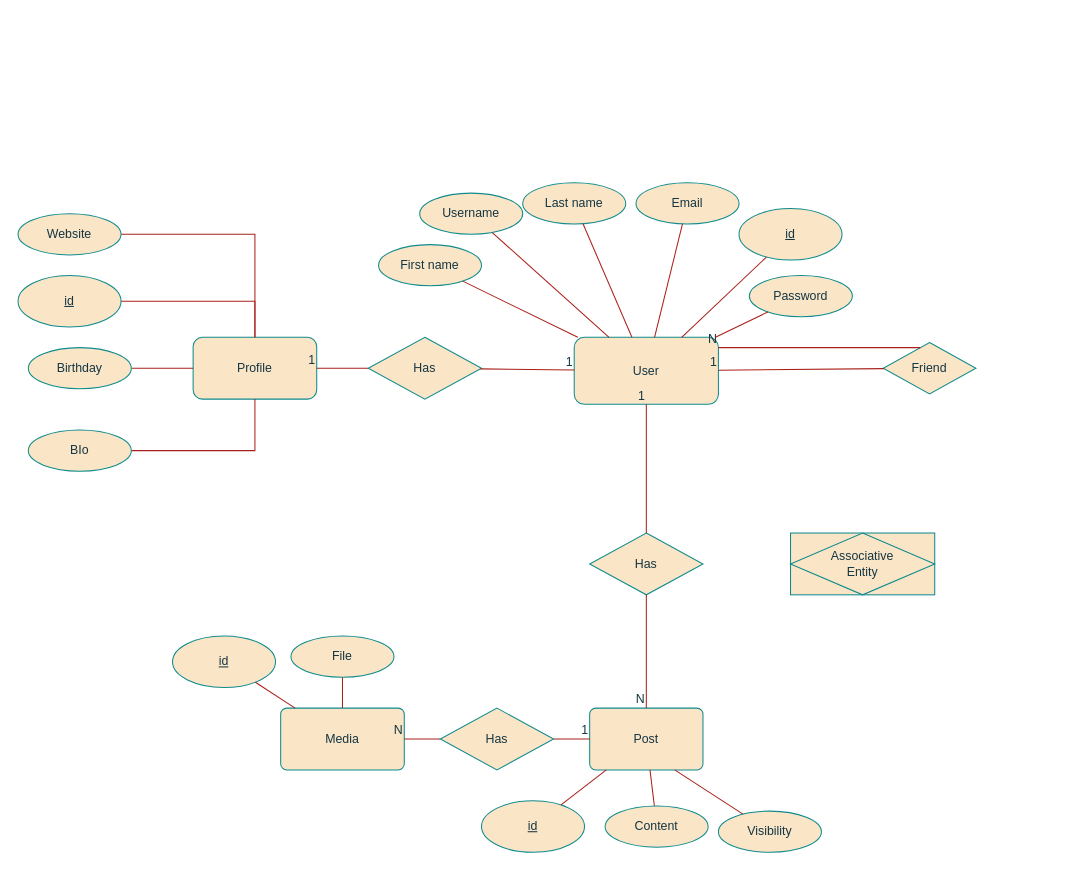
Earlier version of the draw.io diagram SocialMedia.drawio (TranThanhHoang123/SocialMedia). Source tidied: cells renumbered, new cells numbered last; positions are measured from the earlier drawing's top-left corner, leaving out a move shared by most shapes. Both pictures are drawn from the tidied source at 103%, with x=0, y=0 at pixel (18, 182).
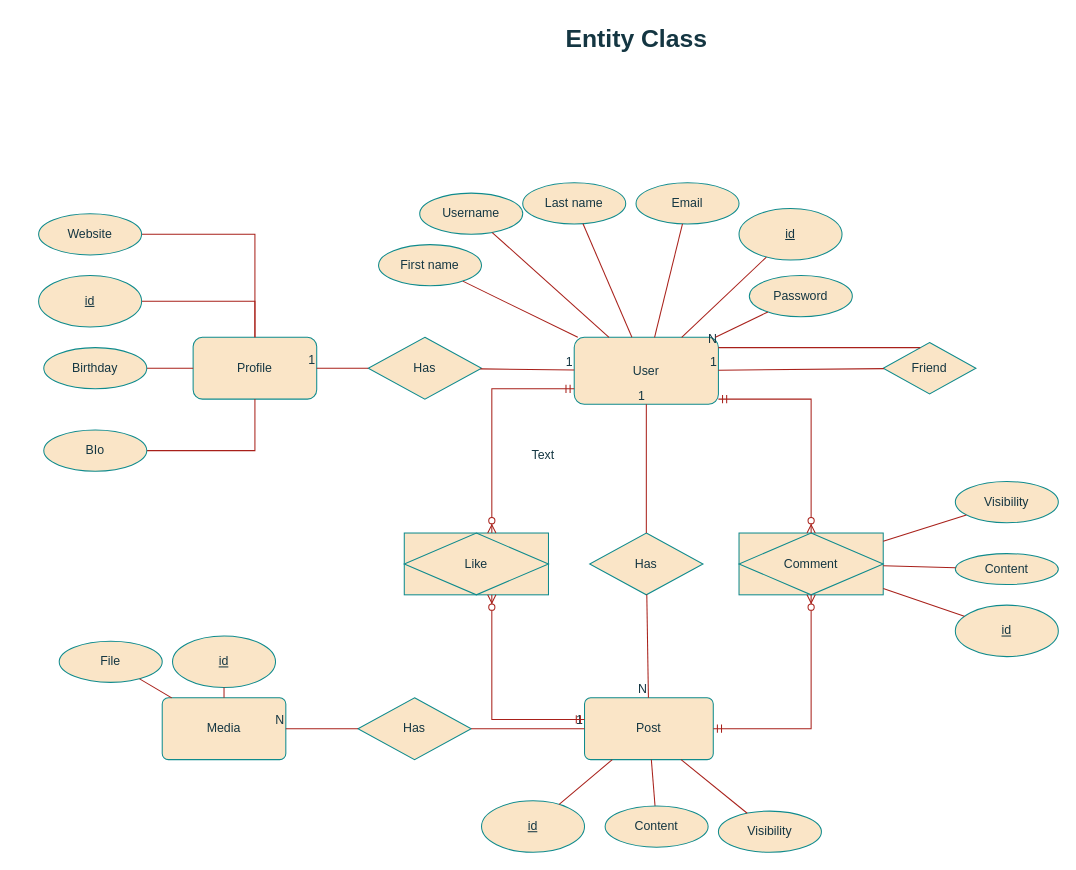
The same page after the edit.

The change refers to these unchanged cells:
```xml
<mxCell id="2" value="User" style="rounded=1;whiteSpace=wrap;html=1;labelBackgroundColor=none;fillColor=#FAE5C7;strokeColor=#0F8B8D;fontColor=#143642;" parent="1" vertex="1">
  <mxGeometry x="540" y="150" width="140" height="65" as="geometry" />
</mxCell>
<mxCell id="6" value="Has" style="shape=rhombus;perimeter=rhombusPerimeter;whiteSpace=wrap;html=1;align=center;strokeWidth=1;labelBackgroundColor=none;fillColor=#FAE5C7;strokeColor=#0F8B8D;fontColor=#143642;" parent="1" vertex="1">
  <mxGeometry x="555" y="340" width="110" height="60" as="geometry" />
</mxCell>
```

Diff of the diagram source:
```diff
@@
     <mxCell id="5" value="Post" style="rounded=1;arcSize=10;whiteSpace=wrap;html=1;align=center;labelBackgroundColor=none;fillColor=#FAE5C7;strokeColor=#0F8B8D;fontColor=#143642;" parent="1" vertex="1">
-      <mxGeometry x="555" y="510" width="110" height="60" as="geometry" />
+      <mxGeometry x="550" y="500" width="125" height="60" as="geometry" />
     </mxCell>
@@
     <mxCell id="7" style="endArrow=none;html=1;rounded=0;labelBackgroundColor=none;strokeColor=#A8201A;fontColor=default;" parent="1" edge="1" source="6" target="2">
-      <mxGeometry relative="1" as="geometry" />
+      <mxGeometry relative="1" as="geometry">
+        <Array as="points">
+          <mxPoint x="610" y="280" />
+        </Array>
+      </mxGeometry>
     </mxCell>
@@
     <mxCell id="18" value="Website" style="ellipse;whiteSpace=wrap;html=1;align=center;labelBackgroundColor=none;fillColor=#FAE5C7;strokeColor=#0F8B8D;fontColor=#143642;" parent="1" vertex="1">
-      <mxGeometry y="30" width="100" height="40" as="geometry" />
+      <mxGeometry x="20" y="30" width="100" height="40" as="geometry" />
     </mxCell>
@@
     <mxCell id="20" value="BIo" style="ellipse;whiteSpace=wrap;html=1;align=center;labelBackgroundColor=none;fillColor=#FAE5C7;strokeColor=#0F8B8D;fontColor=#143642;" parent="1" vertex="1">
-      <mxGeometry x="10" y="240" width="100" height="40" as="geometry" />
+      <mxGeometry x="25" y="240" width="100" height="40" as="geometry" />
     </mxCell>
@@
     <mxCell id="22" value="id" style="ellipse;whiteSpace=wrap;html=1;align=center;fontStyle=4;labelBackgroundColor=none;fillColor=#FAE5C7;strokeColor=#0F8B8D;fontColor=#143642;" parent="1" vertex="1">
-      <mxGeometry y="90" width="100" height="50" as="geometry" />
+      <mxGeometry x="20" y="90" width="100" height="50" as="geometry" />
     </mxCell>
@@
     <mxCell id="24" value="Birthday" style="ellipse;whiteSpace=wrap;html=1;align=center;labelBackgroundColor=none;fillColor=#FAE5C7;strokeColor=#0F8B8D;fontColor=#143642;" parent="1" vertex="1">
-      <mxGeometry x="10" y="160" width="100" height="40" as="geometry" />
+      <mxGeometry x="25" y="160" width="100" height="40" as="geometry" />
     </mxCell>
@@
     <mxCell id="47" value="Media" style="rounded=1;arcSize=10;whiteSpace=wrap;html=1;align=center;strokeColor=#0F8B8D;fontColor=#143642;fillColor=#FAE5C7;" parent="1" vertex="1">
-      <mxGeometry x="255" y="510" width="120" height="60" as="geometry" />
+      <mxGeometry x="140" y="500" width="120" height="60" as="geometry" />
     </mxCell>
     <mxCell id="48" value="Has" style="shape=rhombus;perimeter=rhombusPerimeter;whiteSpace=wrap;html=1;align=center;strokeWidth=1;labelBackgroundColor=none;fillColor=#FAE5C7;strokeColor=#0F8B8D;fontColor=#143642;" parent="1" vertex="1">
-      <mxGeometry x="410" y="510" width="110" height="60" as="geometry" />
+      <mxGeometry x="330" y="500" width="110" height="60" as="geometry" />
     </mxCell>
@@
     <mxCell id="53" value="File" style="ellipse;whiteSpace=wrap;html=1;align=center;strokeColor=#0F8B8D;fontColor=#143642;fillColor=#FAE5C7;" parent="1" vertex="1">
-      <mxGeometry x="265" y="440" width="100" height="40" as="geometry" />
+      <mxGeometry x="40" y="445" width="100" height="40" as="geometry" />
     </mxCell>
@@
-    <mxCell id="58" value="Associative&#10;Entity" style="shape=associativeEntity;whiteSpace=wrap;html=1;align=center;strokeColor=#0F8B8D;fontColor=#143642;fillColor=#FAE5C7;" parent="1" vertex="1">
-      <mxGeometry x="750" y="340" width="140" height="60" as="geometry" />
+    <mxCell id="58" value="Comment" style="shape=associativeEntity;whiteSpace=wrap;html=1;align=center;strokeColor=#0F8B8D;fontColor=#143642;fillColor=#FAE5C7;" parent="1" vertex="1">
+      <mxGeometry x="700" y="340" width="140" height="60" as="geometry" />
     </mxCell>
+    <mxCell id="59" style="edgeStyle=orthogonalEdgeStyle;fontSize=12;html=1;endArrow=ERzeroToMany;startArrow=ERmandOne;rounded=0;strokeColor=#A8201A;fontColor=#143642;fillColor=#FAE5C7;" parent="1" edge="1" source="2" target="58">
+      <mxGeometry relative="1" as="geometry">
+        <Array as="points">
+          <mxPoint x="770" y="210" />
+        </Array>
+      </mxGeometry>
+    </mxCell>
+    <mxCell id="60" style="edgeStyle=orthogonalEdgeStyle;fontSize=12;html=1;endArrow=ERzeroToMany;startArrow=ERmandOne;rounded=0;strokeColor=#A8201A;fontColor=#143642;fillColor=#FAE5C7;" parent="1" edge="1" source="5" target="58">
+      <mxGeometry relative="1" as="geometry" />
+    </mxCell>
+    <mxCell id="61" value="Visibility" style="ellipse;whiteSpace=wrap;html=1;align=center;labelBackgroundColor=none;fillColor=#FAE5C7;strokeColor=#0F8B8D;fontColor=#143642;" parent="1" vertex="1">
+      <mxGeometry x="910" y="290" width="100" height="40" as="geometry" />
+    </mxCell>
+    <mxCell id="62" value="Content" style="ellipse;whiteSpace=wrap;html=1;align=center;labelBackgroundColor=none;fillColor=#FAE5C7;strokeColor=#0F8B8D;fontColor=#143642;" parent="1" vertex="1">
+      <mxGeometry x="910" y="360" width="100" height="30" as="geometry" />
+    </mxCell>
+    <mxCell id="63" value="id" style="ellipse;whiteSpace=wrap;html=1;align=center;fontStyle=4;labelBackgroundColor=none;fillColor=#FAE5C7;strokeColor=#0F8B8D;fontColor=#143642;" parent="1" vertex="1">
+      <mxGeometry x="910" y="410" width="100" height="50" as="geometry" />
+    </mxCell>
+    <mxCell id="64" style="endArrow=none;html=1;rounded=0;strokeColor=#A8201A;fontColor=#143642;fillColor=#FAE5C7;" parent="1" edge="1" source="58" target="63">
+      <mxGeometry relative="1" as="geometry" />
+    </mxCell>
+    <mxCell id="65" style="endArrow=none;html=1;rounded=0;strokeColor=#A8201A;fontColor=#143642;fillColor=#FAE5C7;" parent="1" edge="1" source="58" target="62">
+      <mxGeometry relative="1" as="geometry" />
+    </mxCell>
+    <mxCell id="66" style="edgeStyle=orthogonalEdgeStyle;rounded=0;orthogonalLoop=1;jettySize=auto;html=1;exitX=0.5;exitY=1;exitDx=0;exitDy=0;strokeColor=#A8201A;fontColor=#143642;fillColor=#FAE5C7;" parent="1" edge="1" source="62" target="62">
+      <mxGeometry relative="1" as="geometry" />
+    </mxCell>
+    <mxCell id="67" style="endArrow=none;html=1;rounded=0;strokeColor=#A8201A;fontColor=#143642;fillColor=#FAE5C7;" parent="1" edge="1" source="58" target="61">
+      <mxGeometry relative="1" as="geometry" />
+    </mxCell>
+    <mxCell id="68" value="Like" style="shape=associativeEntity;whiteSpace=wrap;html=1;align=center;strokeColor=#0F8B8D;fontColor=#143642;fillColor=#FAE5C7;" parent="1" vertex="1">
+      <mxGeometry x="375" y="340" width="140" height="60" as="geometry" />
+    </mxCell>
+    <mxCell id="69" style="edgeStyle=orthogonalEdgeStyle;fontSize=12;html=1;endArrow=ERzeroToMany;startArrow=ERmandOne;rounded=0;strokeColor=#A8201A;fontColor=#143642;fillColor=#FAE5C7;" parent="1" edge="1" source="2" target="68">
+      <mxGeometry relative="1" as="geometry">
+        <Array as="points">
+          <mxPoint x="460" y="200" />
+        </Array>
+      </mxGeometry>
+    </mxCell>
+    <mxCell id="70" style="edgeStyle=orthogonalEdgeStyle;fontSize=12;html=1;endArrow=ERzeroToMany;startArrow=ERmandOne;rounded=0;strokeColor=#A8201A;fontColor=#143642;fillColor=#FAE5C7;" parent="1" edge="1" source="5" target="68">
+      <mxGeometry relative="1" as="geometry">
+        <Array as="points">
+          <mxPoint x="460" y="521" />
+        </Array>
+      </mxGeometry>
+    </mxCell>
+    <mxCell id="71" value="Text" style="text;html=1;align=center;verticalAlign=middle;whiteSpace=wrap;rounded=0;fontColor=#143642;" parent="1" vertex="1">
+      <mxGeometry x="480" y="250" width="60" height="30" as="geometry" />
+    </mxCell>
+    <mxCell id="72" value="&lt;h1 style=&quot;margin-top: 0px;&quot;&gt;Entity Class&lt;/h1&gt;" style="text;html=1;whiteSpace=wrap;overflow=hidden;rounded=0;fontColor=#143642;" parent="1" vertex="1">
+      <mxGeometry x="530" y="-160" width="180" height="120" as="geometry" />
+    </mxCell>
```
